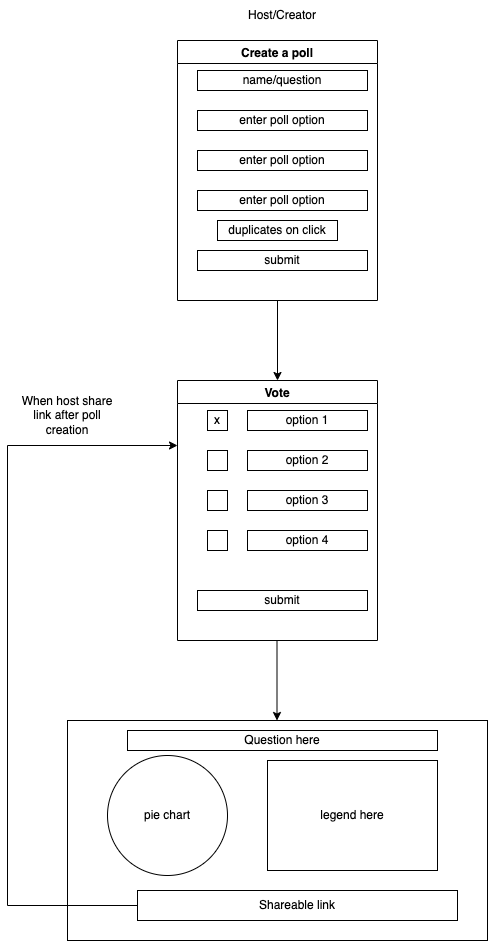
This is planning/Wireframe.png from VincentHChoy/LHL-TODO-Midterm, a draw.io export, as it was before one commit. Source tidied: cells renumbered, new cells last; positions are measured from the earlier drawing's top-left corner, leaving out a move shared by most shapes.
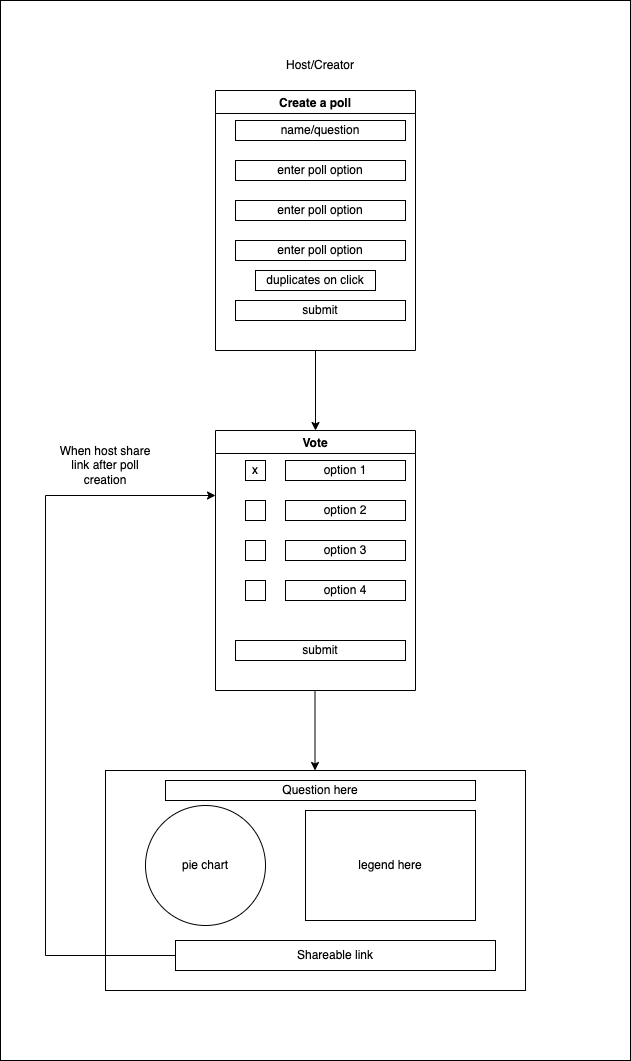
Above is the later version.

Commit message:
Update wireframe to have white background.

Change to the diagram source:
```diff
@@ -2,6 +2,9 @@
   <root>
     <mxCell id="0" />
     <mxCell id="1" parent="0" />
+    <mxCell id="29" style="rounded=0;whiteSpace=wrap;html=1;" parent="1" vertex="1">
+      <mxGeometry x="-45" y="-50" width="630" height="1060" as="geometry" />
+    </mxCell>
     <mxCell id="2" value="Create a poll" style="swimlane;" parent="1" vertex="1">
       <mxGeometry x="170" y="40" width="200" height="260" as="geometry" />
     </mxCell>
```
